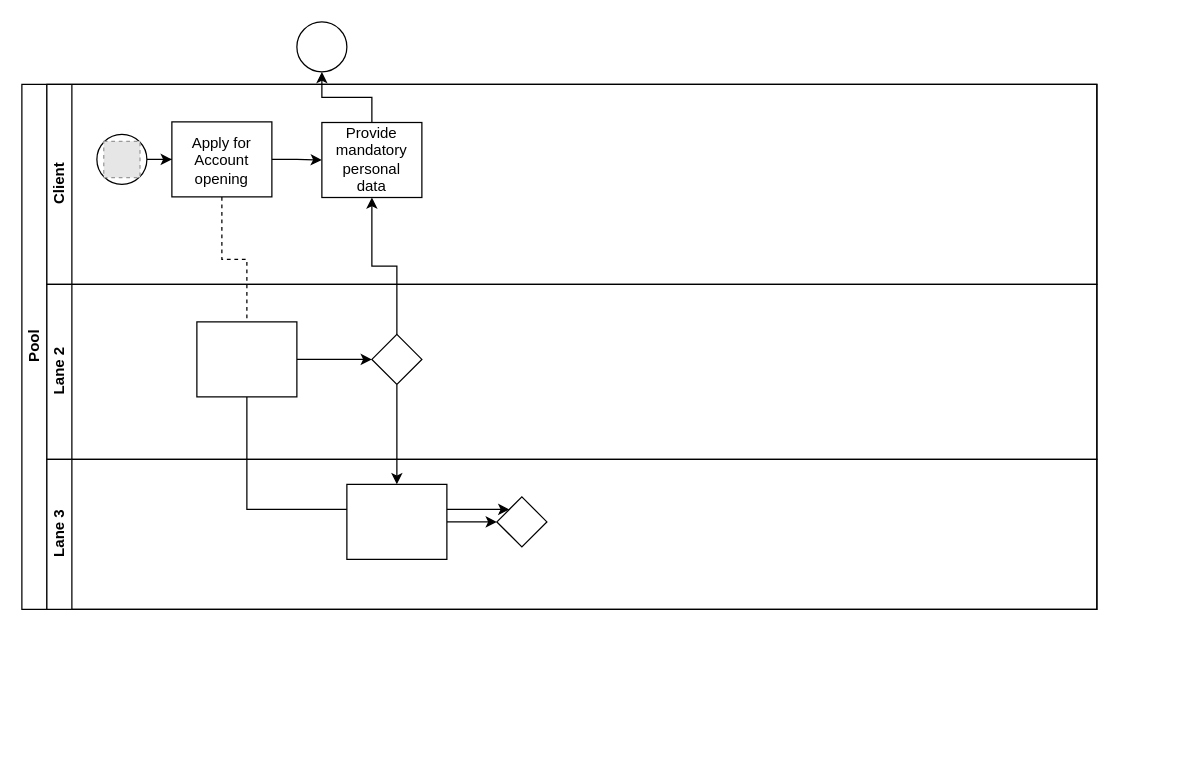
Above: Неозаглавена диаграма.drawio in marinazaykova/tutorials (draw.io), before the change. Source tidied: cells renumbered, new cells numbered last; positions are measured from the earlier drawing's top-left corner, leaving out a move shared by most shapes. Both pictures are drawn from the tidied source at 125%, with x=0, y=0 at pixel (21, 21). Pictures stored in the file or linked from it are replaced by grey dashed boxes.
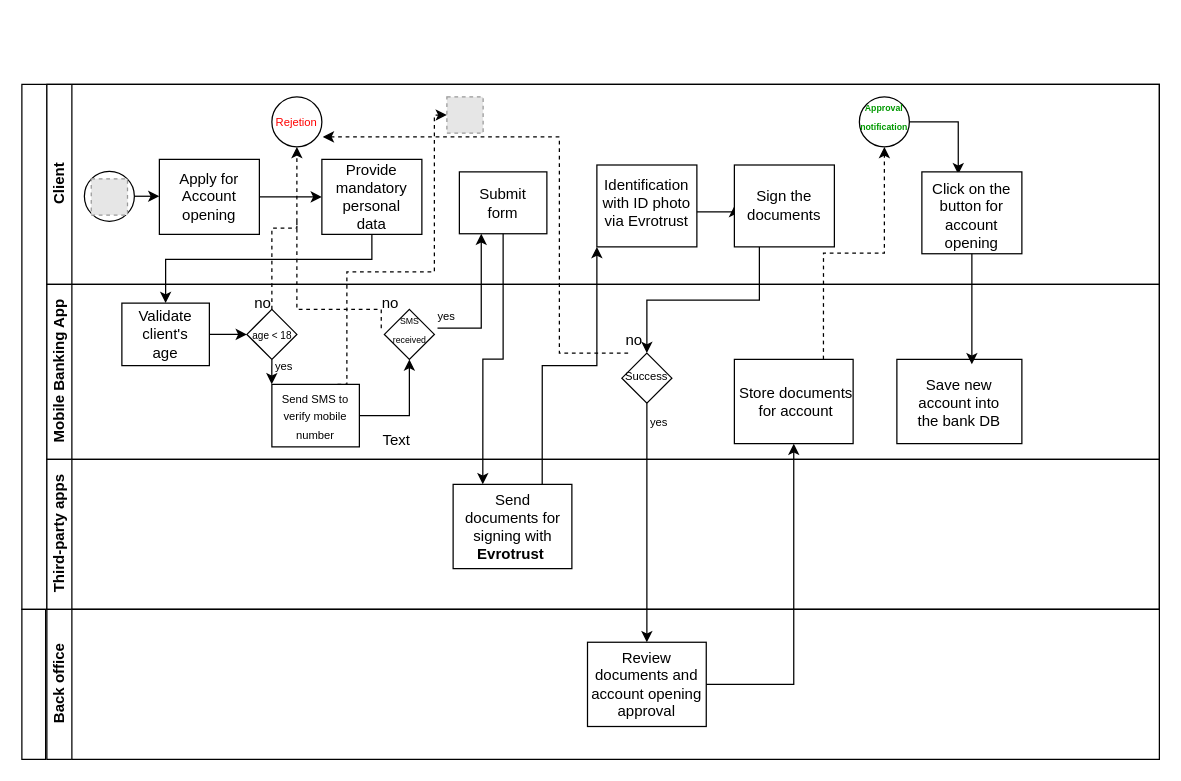
The same page after the edit.

The edit, as a diff of the source:
```diff
@@
-    <mxCell id="2" value="Pool" style="swimlane;html=1;horizontal=0;startSize=20;" parent="1" vertex="1">
-      <mxGeometry y="50" width="860" height="420" as="geometry" />
+    <mxCell id="2" style="swimlane;html=1;horizontal=0;startSize=20;" parent="1" vertex="1">
+      <mxGeometry y="50" width="910" height="420" as="geometry" />
     </mxCell>
-    <mxCell id="3" style="edgeStyle=orthogonalEdgeStyle;rounded=0;jettySize=auto;html=1;dashed=1;endArrow=none;endFill=0;" parent="2" edge="1" source="11" target="18">
-      <mxGeometry relative="1" as="geometry" />
-    </mxCell>
-    <mxCell id="4" style="edgeStyle=orthogonalEdgeStyle;rounded=0;jettySize=auto;html=1;endArrow=classic;endFill=1;" parent="2" edge="1" source="19" target="12">
-      <mxGeometry relative="1" as="geometry" />
-    </mxCell>
-    <mxCell id="5" style="edgeStyle=orthogonalEdgeStyle;rounded=0;jettySize=auto;html=1;endArrow=classic;endFill=1;" parent="2" edge="1" source="19" target="22">
-      <mxGeometry relative="1" as="geometry" />
-    </mxCell>
-    <mxCell id="6" style="edgeStyle=orthogonalEdgeStyle;rounded=0;jettySize=auto;html=1;endArrow=classic;endFill=1;" parent="2" edge="1" source="18" target="23">
-      <mxGeometry relative="1" as="geometry">
-        <Array as="points">
-          <mxPoint x="180" y="340" />
-          <mxPoint x="400" y="340" />
-        </Array>
-      </mxGeometry>
-    </mxCell>
     <mxCell id="7" value="Client" style="swimlane;html=1;startSize=20;horizontal=0;" parent="2" vertex="1">
-      <mxGeometry x="20" width="840" height="160" as="geometry" />
+      <mxGeometry x="20" width="890" height="160" as="geometry" />
     </mxCell>
+    <mxCell id="24" style="ellipse;whiteSpace=wrap;html=1;" parent="7" vertex="1">
+      <mxGeometry x="180" y="10" width="40" height="40" as="geometry" />
+    </mxCell>
@@
     <mxCell id="9" style="ellipse;whiteSpace=wrap;html=1;" parent="7" vertex="1">
-      <mxGeometry x="40" y="40" width="40" height="40" as="geometry" />
+      <mxGeometry x="30" y="69.5" width="40" height="40" as="geometry" />
     </mxCell>
@@
     <mxCell id="11" style="rounded=0;whiteSpace=wrap;html=1;fontFamily=Helvetica;fontSize=12;fontColor=#000000;align=center;" parent="7" vertex="1">
-      <mxGeometry x="100" y="30" width="80" height="60" as="geometry" />
+      <mxGeometry x="90" y="60" width="80" height="60" as="geometry" />
     </mxCell>
     <mxCell id="12" style="rounded=0;whiteSpace=wrap;html=1;fontFamily=Helvetica;fontSize=12;fontColor=#000000;align=center;" parent="7" vertex="1">
-      <mxGeometry x="220" y="30.5" width="80" height="60" as="geometry" />
+      <mxGeometry x="220" y="60" width="80" height="60" as="geometry" />
     </mxCell>
     <mxCell id="13" style="fillColor=#E6E6E6;strokeColor=#999999;dashed=1;html=1;verticalAlign=top;verticalLabelPosition=bottom;labelBackgroundColor=#ffffff;" parent="7" vertex="1">
-      <mxGeometry x="45.5" y="45.5" width="29" height="29" as="geometry" />
+      <mxGeometry x="35.5" y="75.5" width="29" height="29" as="geometry" />
     </mxCell>
     <mxCell id="14" value="Apply for Account opening" style="text;strokeColor=none;align=center;fillColor=none;html=1;verticalAlign=middle;whiteSpace=wrap;rounded=0;" parent="7" vertex="1">
-      <mxGeometry x="110" y="45.5" width="60" height="30" as="geometry" />
+      <mxGeometry x="100" y="74.5" width="60" height="30" as="geometry" />
     </mxCell>
     <mxCell id="15" value="Provide mandatory personal data" style="text;strokeColor=none;align=center;fillColor=none;html=1;verticalAlign=middle;whiteSpace=wrap;rounded=0;" parent="7" vertex="1">
-      <mxGeometry x="230" y="44.5" width="60" height="30" as="geometry" />
+      <mxGeometry x="230" y="74.5" width="60" height="30" as="geometry" />
     </mxCell>
+    <mxCell id="26" value="&lt;font style=&quot;font-size: 9px;&quot;&gt;Rejetion&lt;/font&gt;" style="text;strokeColor=none;align=center;fillColor=none;html=1;verticalAlign=middle;whiteSpace=wrap;rounded=0;fontColor=#FF0000;" parent="7" vertex="1">
+      <mxGeometry x="180" y="27.5" width="40" height="5" as="geometry" />
+    </mxCell>
+    <mxCell id="27" style="fillColor=#E6E6E6;strokeColor=#999999;dashed=1;html=1;verticalAlign=top;verticalLabelPosition=bottom;labelBackgroundColor=#ffffff;" parent="7" vertex="1">
+      <mxGeometry x="320" y="10" width="29" height="29" as="geometry" />
+    </mxCell>
+    <mxCell id="28" style="rounded=0;whiteSpace=wrap;html=1;fontFamily=Helvetica;fontSize=12;fontColor=#000000;align=center;" parent="7" vertex="1">
+      <mxGeometry x="330" y="70" width="70" height="49.5" as="geometry" />
+    </mxCell>
+    <mxCell id="29" value="Submit form" style="text;strokeColor=none;align=center;fillColor=none;html=1;verticalAlign=middle;whiteSpace=wrap;rounded=0;" parent="7" vertex="1">
+      <mxGeometry x="335" y="79.5" width="60" height="30" as="geometry" />
+    </mxCell>
+    <mxCell id="30" style="rounded=0;whiteSpace=wrap;html=1;fontFamily=Helvetica;fontSize=12;fontColor=#000000;align=center;" parent="7" vertex="1">
+      <mxGeometry x="440" y="64.5" width="80" height="65.5" as="geometry" />
+    </mxCell>
+    <mxCell id="31" style="edgeStyle=orthogonalEdgeStyle;rounded=0;jettySize=auto;html=1;exitX=1;exitY=0.75;exitDx=0;exitDy=0;entryX=0;entryY=0.5;entryDx=0;entryDy=0;" parent="7" edge="1" source="32" target="33">
+      <mxGeometry relative="1" as="geometry" />
+    </mxCell>
+    <mxCell id="32" value="Identification with ID photo via Evrotrust" style="text;strokeColor=none;align=center;fillColor=none;html=1;verticalAlign=middle;whiteSpace=wrap;rounded=0;" parent="7" vertex="1">
+      <mxGeometry x="440" y="79.5" width="80" height="30" as="geometry" />
+    </mxCell>
+    <mxCell id="33" style="rounded=0;whiteSpace=wrap;html=1;fontFamily=Helvetica;fontSize=12;fontColor=#000000;align=center;" parent="7" vertex="1">
+      <mxGeometry x="550" y="64.5" width="80" height="65.5" as="geometry" />
+    </mxCell>
+    <mxCell id="34" value="Sign the documents" style="text;strokeColor=none;align=center;fillColor=none;html=1;verticalAlign=middle;whiteSpace=wrap;rounded=0;" parent="7" vertex="1">
+      <mxGeometry x="560" y="82.2" width="60" height="30" as="geometry" />
+    </mxCell>
+    <mxCell id="35" style="edgeStyle=orthogonalEdgeStyle;rounded=0;jettySize=auto;html=1;exitX=1;exitY=0.5;exitDx=0;exitDy=0;entryX=0.364;entryY=0.029;entryDx=0;entryDy=0;entryPerimeter=0;" parent="7" edge="1" source="36" target="38">
+      <mxGeometry relative="1" as="geometry" />
+    </mxCell>
+    <mxCell id="36" style="ellipse;whiteSpace=wrap;html=1;" parent="7" vertex="1">
+      <mxGeometry x="650" y="10" width="40" height="40" as="geometry" />
+    </mxCell>
+    <mxCell id="37" value="&lt;font color=&quot;#009900&quot; style=&quot;font-size: 7px;&quot;&gt;&lt;b&gt;Approval notification&lt;/b&gt;&lt;/font&gt;" style="text;strokeColor=none;align=center;fillColor=none;html=1;verticalAlign=middle;whiteSpace=wrap;rounded=0;" parent="7" vertex="1">
+      <mxGeometry x="640" y="10" width="60" height="30" as="geometry" />
+    </mxCell>
+    <mxCell id="38" style="rounded=0;whiteSpace=wrap;html=1;fontFamily=Helvetica;fontSize=12;fontColor=#000000;align=center;" parent="7" vertex="1">
+      <mxGeometry x="700" y="70" width="80" height="65.5" as="geometry" />
+    </mxCell>
+    <mxCell id="39" value="Click on the button for account opening" style="text;strokeColor=none;align=center;fillColor=none;html=1;verticalAlign=middle;whiteSpace=wrap;rounded=0;" parent="7" vertex="1">
+      <mxGeometry x="695" y="90" width="90" height="30" as="geometry" />
+    </mxCell>
-    <mxCell id="16" value="Lane 2" style="swimlane;html=1;startSize=20;horizontal=0;" parent="2" vertex="1">
-      <mxGeometry x="20" y="160" width="840" height="140" as="geometry" />
+    <mxCell id="16" value="Mobile Banking App" style="swimlane;html=1;startSize=20;horizontal=0;" parent="2" vertex="1">
+      <mxGeometry x="20" y="160" width="890" height="140" as="geometry" />
     </mxCell>
@@
     <mxCell id="18" style="rounded=0;whiteSpace=wrap;html=1;fontFamily=Helvetica;fontSize=12;fontColor=#000000;align=center;" parent="16" vertex="1">
-      <mxGeometry x="120" y="30" width="80" height="60" as="geometry" />
+      <mxGeometry x="60" y="15" width="70" height="50" as="geometry" />
     </mxCell>
+    <mxCell id="40" style="edgeStyle=orthogonalEdgeStyle;rounded=0;jettySize=auto;html=1;exitX=0.5;exitY=1;exitDx=0;exitDy=0;" parent="16" edge="1" source="19">
+      <mxGeometry relative="1" as="geometry">
+        <mxPoint x="179.9" y="80" as="targetPoint" />
+      </mxGeometry>
+    </mxCell>
     <mxCell id="19" style="rhombus;whiteSpace=wrap;html=1;fontFamily=Helvetica;fontSize=12;fontColor=#000000;align=center;" parent="16" vertex="1">
-      <mxGeometry x="260" y="40" width="40" height="40" as="geometry" />
+      <mxGeometry x="160" y="20" width="40" height="40" as="geometry" />
     </mxCell>
+    <mxCell id="41" value="Validate client's age" style="text;strokeColor=none;align=center;fillColor=none;html=1;verticalAlign=middle;whiteSpace=wrap;rounded=0;" parent="16" vertex="1">
+      <mxGeometry x="65" y="25" width="60" height="30" as="geometry" />
+    </mxCell>
+    <mxCell id="42" value="&lt;font style=&quot;font-size: 8px;&quot;&gt;age &amp;lt; 18&lt;/font&gt;" style="text;strokeColor=none;align=center;fillColor=none;html=1;verticalAlign=middle;whiteSpace=wrap;rounded=0;" parent="16" vertex="1">
+      <mxGeometry x="157.5" y="25" width="45" height="30" as="geometry" />
+    </mxCell>
+    <mxCell id="43" value="no" style="text;strokeColor=none;align=center;fillColor=none;html=1;verticalAlign=middle;whiteSpace=wrap;rounded=0;" parent="16" vertex="1">
+      <mxGeometry x="142.5" width="60" height="30" as="geometry" />
+    </mxCell>
+    <mxCell id="22" style="rounded=0;whiteSpace=wrap;html=1;fontFamily=Helvetica;fontSize=12;fontColor=#000000;align=center;" parent="16" vertex="1">
+      <mxGeometry x="180" y="80" width="70" height="50" as="geometry" />
+    </mxCell>
+    <mxCell id="44" value="&lt;font style=&quot;font-size: 9px;&quot;&gt;Send SMS to verify mobile number&lt;/font&gt;" style="text;strokeColor=none;align=center;fillColor=none;html=1;verticalAlign=middle;whiteSpace=wrap;rounded=0;" parent="16" vertex="1">
+      <mxGeometry x="185" y="90" width="60" height="30" as="geometry" />
+    </mxCell>
+    <mxCell id="23" style="rhombus;whiteSpace=wrap;html=1;fontFamily=Helvetica;fontSize=12;fontColor=#000000;align=center;" parent="16" vertex="1">
+      <mxGeometry x="270" y="20" width="40" height="40" as="geometry" />
+    </mxCell>
+    <mxCell id="21" style="edgeStyle=orthogonalEdgeStyle;rounded=0;jettySize=auto;html=1;endArrow=classic;endFill=1;" parent="16" edge="1" source="22" target="23">
+      <mxGeometry relative="1" as="geometry" />
+    </mxCell>
+    <mxCell id="45" style="rounded=0;jettySize=auto;html=1;exitX=0;exitY=0.5;exitDx=0;exitDy=0;edgeStyle=orthogonalEdgeStyle;endArrow=none;endFill=0;dashed=1;" parent="16" edge="1" source="46">
+      <mxGeometry relative="1" as="geometry">
+        <mxPoint x="200" y="-50" as="targetPoint" />
+        <Array as="points">
+          <mxPoint x="268" y="20" />
+          <mxPoint x="200" y="20" />
+        </Array>
+      </mxGeometry>
+    </mxCell>
+    <mxCell id="46" value="&lt;font style=&quot;font-size: 7px;&quot;&gt;SMS received&lt;/font&gt;" style="text;strokeColor=none;align=center;fillColor=none;html=1;verticalAlign=middle;whiteSpace=wrap;rounded=0;" parent="16" vertex="1">
+      <mxGeometry x="267.5" y="20" width="45" height="30" as="geometry" />
+    </mxCell>
+    <mxCell id="47" value="no" style="text;strokeColor=none;align=center;fillColor=none;html=1;verticalAlign=middle;whiteSpace=wrap;rounded=0;" parent="16" vertex="1">
+      <mxGeometry x="245" width="60" height="30" as="geometry" />
+    </mxCell>
+    <mxCell id="48" value="&lt;font style=&quot;font-size: 9px;&quot;&gt;yes&lt;/font&gt;" style="text;strokeColor=none;align=center;fillColor=none;html=1;verticalAlign=middle;whiteSpace=wrap;rounded=0;" parent="16" vertex="1">
+      <mxGeometry x="160" y="50" width="60" height="30" as="geometry" />
+    </mxCell>
+    <mxCell id="49" value="&lt;font style=&quot;font-size: 9px;&quot;&gt;yes&lt;/font&gt;" style="text;strokeColor=none;align=center;fillColor=none;html=1;verticalAlign=middle;whiteSpace=wrap;rounded=0;" parent="16" vertex="1">
+      <mxGeometry x="290" y="10" width="60" height="30" as="geometry" />
+    </mxCell>
+    <mxCell id="50" style="rhombus;whiteSpace=wrap;html=1;fontFamily=Helvetica;fontSize=12;fontColor=#000000;align=center;" parent="16" vertex="1">
+      <mxGeometry x="460" y="55" width="40" height="40" as="geometry" />
+    </mxCell>
+    <mxCell id="51" value="&lt;font style=&quot;font-size: 9px;&quot;&gt;Success&lt;/font&gt;" style="text;strokeColor=none;align=center;fillColor=none;html=1;verticalAlign=middle;whiteSpace=wrap;rounded=0;" parent="16" vertex="1">
+      <mxGeometry x="450" y="55" width="60" height="35" as="geometry" />
+    </mxCell>
+    <mxCell id="52" value="no" style="text;strokeColor=none;align=center;fillColor=none;html=1;verticalAlign=middle;whiteSpace=wrap;rounded=0;" parent="16" vertex="1">
+      <mxGeometry x="440" y="30" width="60" height="30" as="geometry" />
+    </mxCell>
+    <mxCell id="53" style="rounded=0;whiteSpace=wrap;html=1;fontFamily=Helvetica;fontSize=12;fontColor=#000000;align=center;" parent="16" vertex="1">
+      <mxGeometry x="550" y="60" width="95" height="67.4" as="geometry" />
+    </mxCell>
+    <mxCell id="54" value="Store documents for account" style="text;strokeColor=none;align=center;fillColor=none;html=1;verticalAlign=middle;whiteSpace=wrap;rounded=0;" parent="16" vertex="1">
+      <mxGeometry x="552.5" y="78.7" width="92.5" height="30" as="geometry" />
+    </mxCell>
+    <mxCell id="55" style="rounded=0;whiteSpace=wrap;html=1;fontFamily=Helvetica;fontSize=12;fontColor=#000000;align=center;" parent="16" vertex="1">
+      <mxGeometry x="680" y="60" width="100" height="67.4" as="geometry" />
+    </mxCell>
+    <mxCell id="56" value="Save new account into the bank DB" style="text;strokeColor=none;align=center;fillColor=none;html=1;verticalAlign=middle;whiteSpace=wrap;rounded=0;" parent="16" vertex="1">
+      <mxGeometry x="695" y="80" width="70" height="30" as="geometry" />
+    </mxCell>
+    <mxCell id="57" value="&lt;font style=&quot;font-size: 9px;&quot;&gt;yes&lt;/font&gt;" style="text;strokeColor=none;align=center;fillColor=none;html=1;verticalAlign=middle;whiteSpace=wrap;rounded=0;" parent="16" vertex="1">
+      <mxGeometry x="460" y="95" width="60" height="30" as="geometry" />
+    </mxCell>
-    <mxCell id="20" value="Lane 3" style="swimlane;html=1;startSize=20;horizontal=0;" parent="2" vertex="1">
-      <mxGeometry x="20" y="300" width="840" height="120" as="geometry" />
+    <mxCell id="20" value="Third-party apps" style="swimlane;html=1;startSize=20;horizontal=0;" parent="2" vertex="1">
+      <mxGeometry x="20" y="300" width="890" height="120" as="geometry" />
     </mxCell>
-    <mxCell id="21" style="edgeStyle=orthogonalEdgeStyle;rounded=0;jettySize=auto;html=1;endArrow=classic;endFill=1;" parent="20" edge="1" source="22" target="23">
-      <mxGeometry relative="1" as="geometry" />
-    </mxCell>
-    <mxCell id="22" style="rounded=0;whiteSpace=wrap;html=1;fontFamily=Helvetica;fontSize=12;fontColor=#000000;align=center;" parent="20" vertex="1">
-      <mxGeometry x="240" y="20" width="80" height="60" as="geometry" />
-    </mxCell>
-    <mxCell id="23" style="rhombus;whiteSpace=wrap;html=1;fontFamily=Helvetica;fontSize=12;fontColor=#000000;align=center;" parent="20" vertex="1">
-      <mxGeometry x="360" y="30" width="40" height="40" as="geometry" />
-    </mxCell>
-    <mxCell id="24" style="ellipse;whiteSpace=wrap;html=1;" parent="1" vertex="1">
-      <mxGeometry x="220" width="40" height="40" as="geometry" />
-    </mxCell>
-    <mxCell id="25" style="edgeStyle=orthogonalEdgeStyle;rounded=0;jettySize=auto;html=1;endArrow=classic;endFill=1;" parent="1" edge="1" source="12" target="24">
-      <mxGeometry relative="1" as="geometry" />
-    </mxCell>
+    <mxCell id="58" style="rounded=0;whiteSpace=wrap;html=1;fontFamily=Helvetica;fontSize=12;fontColor=#000000;align=center;" parent="20" vertex="1">
+      <mxGeometry x="325" y="20" width="95" height="67.4" as="geometry" />
+    </mxCell>
+    <mxCell id="59" value="Send documents for signing with &lt;b&gt;Evrotrust&amp;nbsp;&lt;/b&gt;" style="text;strokeColor=none;align=center;fillColor=none;html=1;verticalAlign=middle;whiteSpace=wrap;rounded=0;" parent="20" vertex="1">
+      <mxGeometry x="332.5" y="38.7" width="80" height="30" as="geometry" />
+    </mxCell>
+    <mxCell id="60" style="edgeStyle=orthogonalEdgeStyle;rounded=0;jettySize=auto;html=1;exitX=0.5;exitY=0;exitDx=0;exitDy=0;entryX=0.5;entryY=1;entryDx=0;entryDy=0;dashed=1;" parent="2" edge="1" source="19" target="24">
+      <mxGeometry relative="1" as="geometry" />
+    </mxCell>
+    <mxCell id="61" style="edgeStyle=orthogonalEdgeStyle;rounded=0;jettySize=auto;html=1;exitX=0.5;exitY=1;exitDx=0;exitDy=0;entryX=0.5;entryY=0;entryDx=0;entryDy=0;" parent="2" edge="1" source="12" target="18">
+      <mxGeometry relative="1" as="geometry">
+        <Array as="points">
+          <mxPoint x="280" y="140" />
+          <mxPoint x="115" y="140" />
+        </Array>
+      </mxGeometry>
+    </mxCell>
+    <mxCell id="62" style="edgeStyle=orthogonalEdgeStyle;rounded=0;jettySize=auto;html=1;exitX=0.75;exitY=0;exitDx=0;exitDy=0;entryX=0;entryY=0.5;entryDx=0;entryDy=0;dashed=1;" parent="2" edge="1" source="22" target="27">
+      <mxGeometry relative="1" as="geometry">
+        <Array as="points">
+          <mxPoint x="260" y="240" />
+          <mxPoint x="260" y="150" />
+          <mxPoint x="330" y="150" />
+        </Array>
+      </mxGeometry>
+    </mxCell>
+    <mxCell id="63" style="edgeStyle=orthogonalEdgeStyle;rounded=0;jettySize=auto;html=1;exitX=1;exitY=0.5;exitDx=0;exitDy=0;entryX=0.25;entryY=1;entryDx=0;entryDy=0;" parent="2" edge="1" source="46" target="28">
+      <mxGeometry relative="1" as="geometry" />
+    </mxCell>
+    <mxCell id="64" style="edgeStyle=orthogonalEdgeStyle;rounded=0;jettySize=auto;html=1;exitX=0.5;exitY=1;exitDx=0;exitDy=0;entryX=0.25;entryY=0;entryDx=0;entryDy=0;" parent="2" edge="1" source="28" target="58">
+      <mxGeometry relative="1" as="geometry" />
+    </mxCell>
+    <mxCell id="65" style="edgeStyle=orthogonalEdgeStyle;rounded=0;jettySize=auto;html=1;exitX=0.75;exitY=0;exitDx=0;exitDy=0;entryX=0;entryY=1;entryDx=0;entryDy=0;" parent="2" edge="1" source="58" target="30">
+      <mxGeometry relative="1" as="geometry" />
+    </mxCell>
+    <mxCell id="66" style="edgeStyle=elbowEdgeStyle;rounded=0;jettySize=auto;html=1;exitX=0.25;exitY=0;exitDx=0;exitDy=0;entryX=1.019;entryY=0.8;entryDx=0;entryDy=0;entryPerimeter=0;dashed=1;" parent="2" edge="1" source="51" target="24">
+      <mxGeometry relative="1" as="geometry">
+        <Array as="points">
+          <mxPoint x="430" y="50" />
+          <mxPoint x="430" y="110" />
+          <mxPoint x="430" y="110" />
+        </Array>
+      </mxGeometry>
+    </mxCell>
+    <mxCell id="67" style="edgeStyle=orthogonalEdgeStyle;rounded=0;jettySize=auto;html=1;exitX=0.75;exitY=0;exitDx=0;exitDy=0;entryX=0.5;entryY=1;entryDx=0;entryDy=0;dashed=1;" parent="2" edge="1" source="53" target="36">
+      <mxGeometry relative="1" as="geometry" />
+    </mxCell>
+    <mxCell id="68" style="edgeStyle=orthogonalEdgeStyle;rounded=0;jettySize=auto;html=1;exitX=0.5;exitY=1;exitDx=0;exitDy=0;" parent="2" edge="1" source="38">
+      <mxGeometry relative="1" as="geometry">
+        <mxPoint x="760" y="224" as="targetPoint" />
+        <Array as="points">
+          <mxPoint x="760" y="224" />
+        </Array>
+      </mxGeometry>
+    </mxCell>
+    <mxCell id="69" style="edgeStyle=orthogonalEdgeStyle;rounded=0;jettySize=auto;html=1;exitX=0.25;exitY=1;exitDx=0;exitDy=0;" parent="2" edge="1" source="33" target="51">
+      <mxGeometry relative="1" as="geometry" />
+    </mxCell>
+    <mxCell id="70" value="Text" style="text;strokeColor=none;align=center;fillColor=none;html=1;verticalAlign=middle;whiteSpace=wrap;rounded=0;" parent="1" vertex="1">
+      <mxGeometry x="270" y="320" width="60" height="30" as="geometry" />
+    </mxCell>
+    <mxCell id="71" value="Back office" style="swimlane;html=1;startSize=20;horizontal=0;" parent="1" vertex="1">
+      <mxGeometry x="20" y="470" width="890" height="120" as="geometry" />
+    </mxCell>
+    <mxCell id="72" style="rounded=0;whiteSpace=wrap;html=1;fontFamily=Helvetica;fontSize=12;fontColor=#000000;align=center;" parent="71" vertex="1">
+      <mxGeometry x="432.5" y="26.3" width="95" height="67.4" as="geometry" />
+    </mxCell>
+    <mxCell id="73" value="Review documents and account opening approval" style="text;strokeColor=none;align=center;fillColor=none;html=1;verticalAlign=middle;whiteSpace=wrap;rounded=0;" parent="71" vertex="1">
+      <mxGeometry x="430" y="45" width="100" height="30" as="geometry" />
+    </mxCell>
+    <mxCell id="74" style="edgeStyle=orthogonalEdgeStyle;rounded=0;jettySize=auto;html=1;exitX=0.5;exitY=1;exitDx=0;exitDy=0;entryX=0.5;entryY=0;entryDx=0;entryDy=0;" parent="1" edge="1" source="50" target="72">
+      <mxGeometry relative="1" as="geometry" />
+    </mxCell>
+    <mxCell id="75" style="edgeStyle=orthogonalEdgeStyle;rounded=0;jettySize=auto;html=1;exitX=1;exitY=0.5;exitDx=0;exitDy=0;" parent="1" edge="1" source="72" target="53">
+      <mxGeometry relative="1" as="geometry" />
+    </mxCell>
+    <mxCell id="76" style="rounded=0;whiteSpace=wrap;html=1;" parent="1" vertex="1">
+      <mxGeometry y="470" width="19" height="120" as="geometry" />
+    </mxCell>
```
